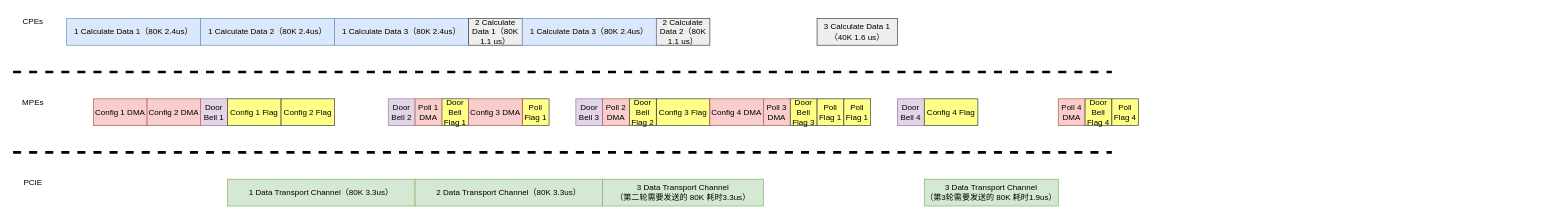
The draw.io diagram Lantency_Graph/Latency_Work_FLow.drawio in BEYHHH/SBLP, before the edit. Source tidied: cells renumbered, new cells numbered last; positions are measured from the earlier drawing's top-left corner, leaving out a move shared by most shapes. Both pictures are drawn from the tidied source at 67%, with x=0, y=0 at pixel (13, 11).
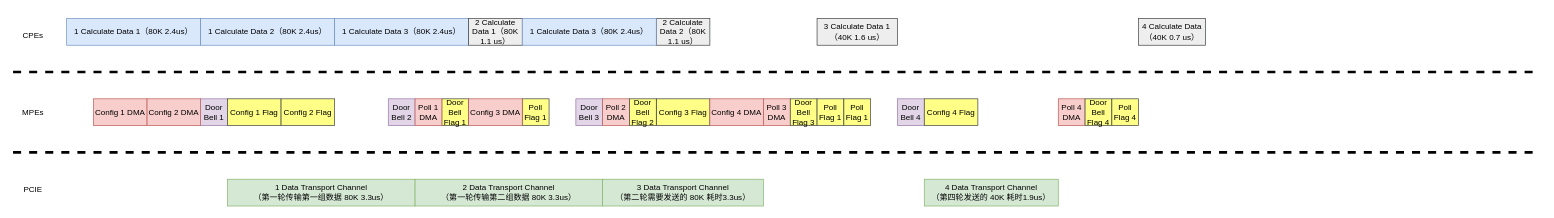
The same diagram, later.

What changed in the source:
```diff
@@
-    <mxCell id="5" value="1 Data Transport Channel（80K 3.3us）" style="rounded=0;whiteSpace=wrap;html=1;fillColor=#d5e8d4;strokeColor=#82b366;" parent="1" vertex="1">
+    <mxCell id="5" value="1 Data Transport Channel&lt;div&gt;（第一轮传输第一组数据&amp;nbsp;&lt;span style=&quot;background-color: initial;&quot;&gt;80K 3.3us）&lt;/span&gt;&lt;/div&gt;" style="rounded=0;whiteSpace=wrap;html=1;fillColor=#d5e8d4;strokeColor=#82b366;" parent="1" vertex="1">
       <mxGeometry x="320" y="250" width="280" height="40" as="geometry" />
     </mxCell>
@@
     <mxCell id="7" value="CPEs" style="text;html=1;align=center;verticalAlign=middle;whiteSpace=wrap;rounded=0;" parent="1" vertex="1">
-      <mxGeometry width="60" height="30" as="geometry" />
+      <mxGeometry y="20" width="60" height="30" as="geometry" />
     </mxCell>
     <mxCell id="8" value="MPEs" style="text;html=1;align=center;verticalAlign=middle;whiteSpace=wrap;rounded=0;" parent="1" vertex="1">
-      <mxGeometry y="120" width="60" height="30" as="geometry" />
+      <mxGeometry y="135" width="60" height="30" as="geometry" />
     </mxCell>
     <mxCell id="9" value="PCIE" style="text;html=1;align=center;verticalAlign=middle;whiteSpace=wrap;rounded=0;" parent="1" vertex="1">
-      <mxGeometry y="240" width="60" height="30" as="geometry" />
+      <mxGeometry y="250" width="60" height="30" as="geometry" />
     </mxCell>
@@
-    <mxCell id="17" value="2 Data Transport Channel（80K 3.3us）" style="rounded=0;whiteSpace=wrap;html=1;fillColor=#d5e8d4;strokeColor=#82b366;" parent="1" vertex="1">
+    <mxCell id="17" value="2 Data Transport Channel&lt;div&gt;（第一轮传输第二组数据&amp;nbsp;&lt;span style=&quot;background-color: initial;&quot;&gt;80K 3.3us）&lt;/span&gt;&lt;br&gt;&lt;/div&gt;" style="rounded=0;whiteSpace=wrap;html=1;fillColor=#d5e8d4;strokeColor=#82b366;" parent="1" vertex="1">
       <mxGeometry x="600" y="250" width="280" height="40" as="geometry" />
     </mxCell>
@@
     <mxCell id="28" style="endArrow=none;dashed=1;html=1;rounded=0;strokeWidth=4;" parent="1" edge="1">
       <mxGeometry relative="1" as="geometry">
         <mxPoint y="90" as="sourcePoint" />
-        <mxPoint x="1640" y="90" as="targetPoint" />
+        <mxPoint x="2280" y="90" as="targetPoint" />
       </mxGeometry>
     </mxCell>
     <mxCell id="29" style="endArrow=none;dashed=1;html=1;rounded=0;strokeWidth=4;" parent="1" edge="1">
       <mxGeometry relative="1" as="geometry">
         <mxPoint y="210" as="sourcePoint" />
-        <mxPoint x="1640" y="210" as="targetPoint" />
+        <mxPoint x="2280" y="210" as="targetPoint" />
       </mxGeometry>
     </mxCell>
@@
-    <mxCell id="35" value="3 Data Transport Channel&lt;br&gt;（第3轮需要发送的 80K 耗时1.9us）" style="rounded=0;whiteSpace=wrap;html=1;fillColor=#d5e8d4;strokeColor=#82b366;" parent="1" vertex="1">
+    <mxCell id="35" value="4 Data Transport Channel&lt;br&gt;（第四轮发送的 40K 耗时1.9us）" style="rounded=0;whiteSpace=wrap;html=1;fillColor=#d5e8d4;strokeColor=#82b366;" parent="1" vertex="1">
       <mxGeometry x="1360" y="250" width="200" height="40" as="geometry" />
     </mxCell>
@@
+    <mxCell id="42" value="4 Calculate Data （40K 0.7 us）" style="rounded=0;whiteSpace=wrap;html=1;fillColor=#eeeeee;strokeColor=#36393d;" parent="1" vertex="1">
+      <mxGeometry x="1680" y="10" width="100" height="40" as="geometry" />
+    </mxCell>
```
